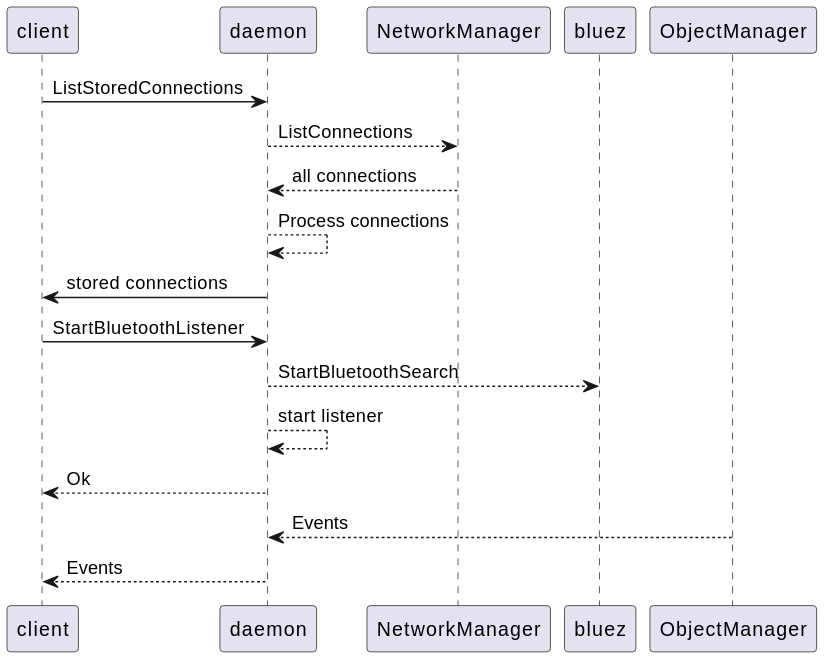
Earlier version of the PlantUML export files/dbus_sequence.svg (Xetibo/ReSet-Doc).
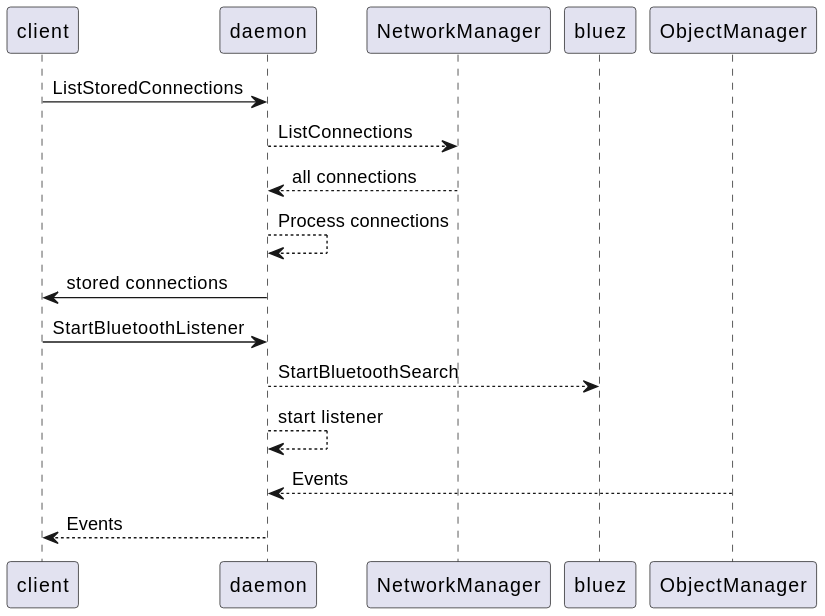
Above is the later version.

The edit, as a diff of the source:
```diff
@@ -8,7 +8,6 @@
 client -> daemon: StartBluetoothListener
 daemon --> bluez: StartBluetoothSearch
 daemon --> daemon: start listener
-daemon --> client: Ok
 ObjectManager --> daemon: Events
 daemon --> client: Events
 @enduml
```
